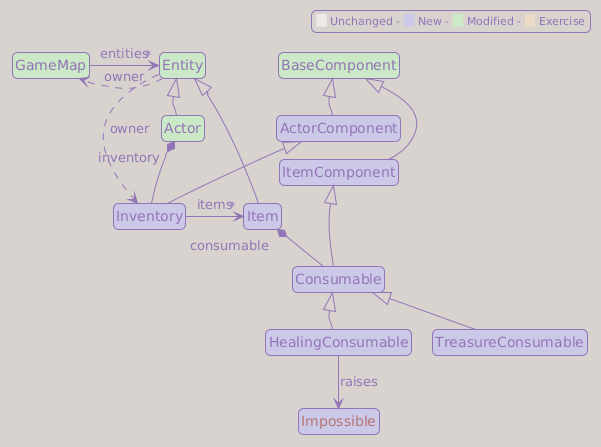
Earlier version of the PlantUML export v3/images/classes/part8a_local_classes.png (Darky-Lucera/roguelike-tutorial-python-tcod). Its source is kept beside it as uml/part8a_local_classes.puml.
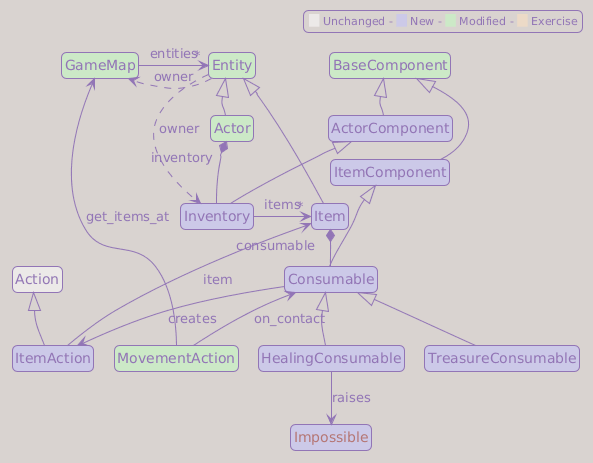
Later version of the same file.

The edit, as a diff of the source:
```diff
@@ -55,6 +55,15 @@
 class "<color:#b57674>Impossible</color>" as game.exceptions.Impossible #ccc9e8 {
 }
 
+class "Action" as game.actions.Action {
+}
+
+class "ItemAction" as game.actions.ItemAction #ccc9e8 {
+}
+
+class "MovementAction" as game.actions.MovementAction #cce9c7 {
+}
+
 
 game.entities.entity.Entity <|-- game.entities.entity.Actor
 game.entities.entity.Entity <|-- game.entities.entity.Item
@@ -75,6 +84,12 @@
 
 game.entities.components.consumable.HealingConsumable --> game.exceptions.Impossible : raises
 
+game.actions.Action <|-- game.actions.ItemAction
+game.actions.ItemAction --> game.entities.entity.Item : item
+game.actions.MovementAction --> game.map.game_map.GameMap : get_items_at
+game.actions.MovementAction --> game.entities.components.consumable.Consumable : on_contact
+game.entities.components.consumable.Consumable --> game.actions.ItemAction : creates
+
 
 game.entities.entity.Entity -[hidden]down- game.entities.entity.Actor
 game.entities.entity.Actor -[hidden]right- game.entities.entity.Item
@@ -86,6 +101,9 @@
 game.entities.components.consumable.Consumable -[hidden]down- game.entities.components.consumable.HealingConsumable
 game.entities.components.consumable.HealingConsumable -[hidden]right- game.entities.components.consumable.TreasureConsumable
 
+game.actions.Action -[hidden]down- game.actions.ItemAction
+game.actions.ItemAction -[hidden]right- game.actions.MovementAction
+
 legend top right
 <size:11><back:#ece9e8>   </back> Unchanged - <back:#ccc9e8>   </back> New - <back:#cce9c7>   </back> Modified - <back:#ecdac7>   </back> Exercise</size>
 endlegend
```
